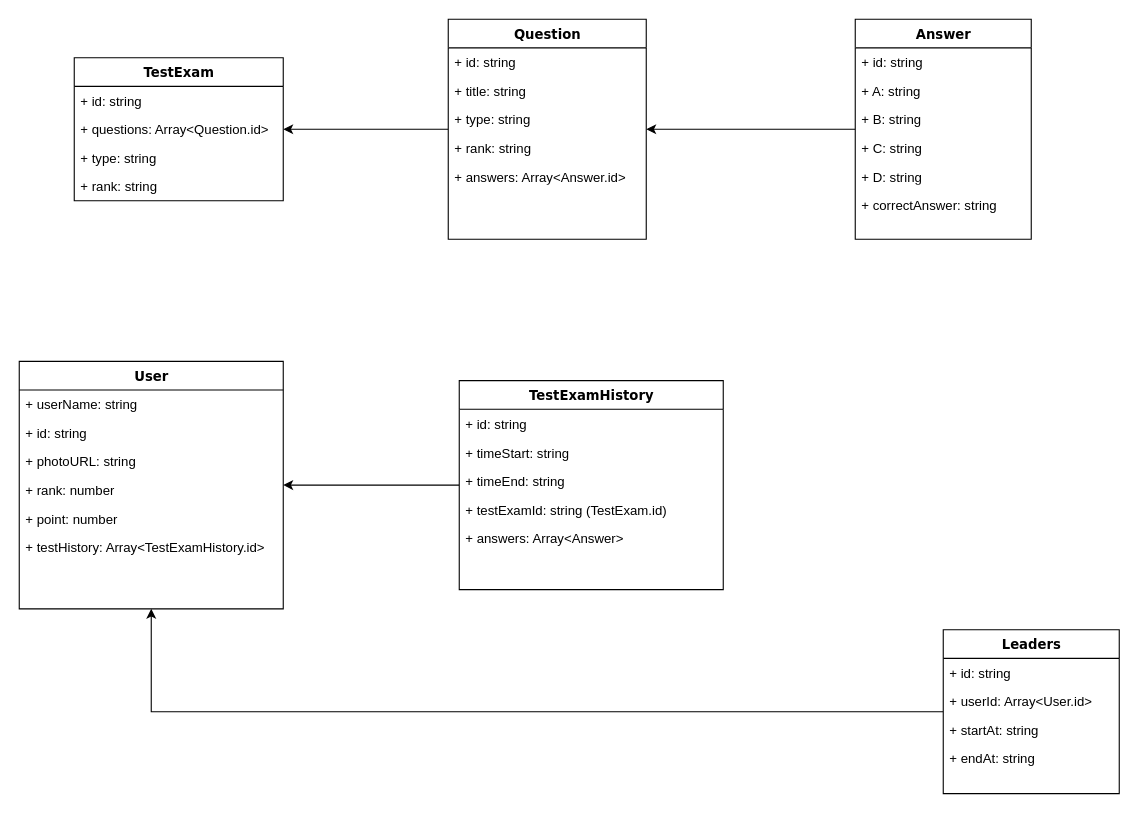
Before: Prototype/Untitled Diagram.drawio in nguyenbinhanltv/EnQ-server, a draw.io diagram. Source tidied: cells renumbered, new cells numbered last; positions are measured from the earlier drawing's top-left corner, leaving out a move shared by most shapes. Both pictures are drawn from the tidied source at 110%, with x=0, y=0 at pixel (19, 19).
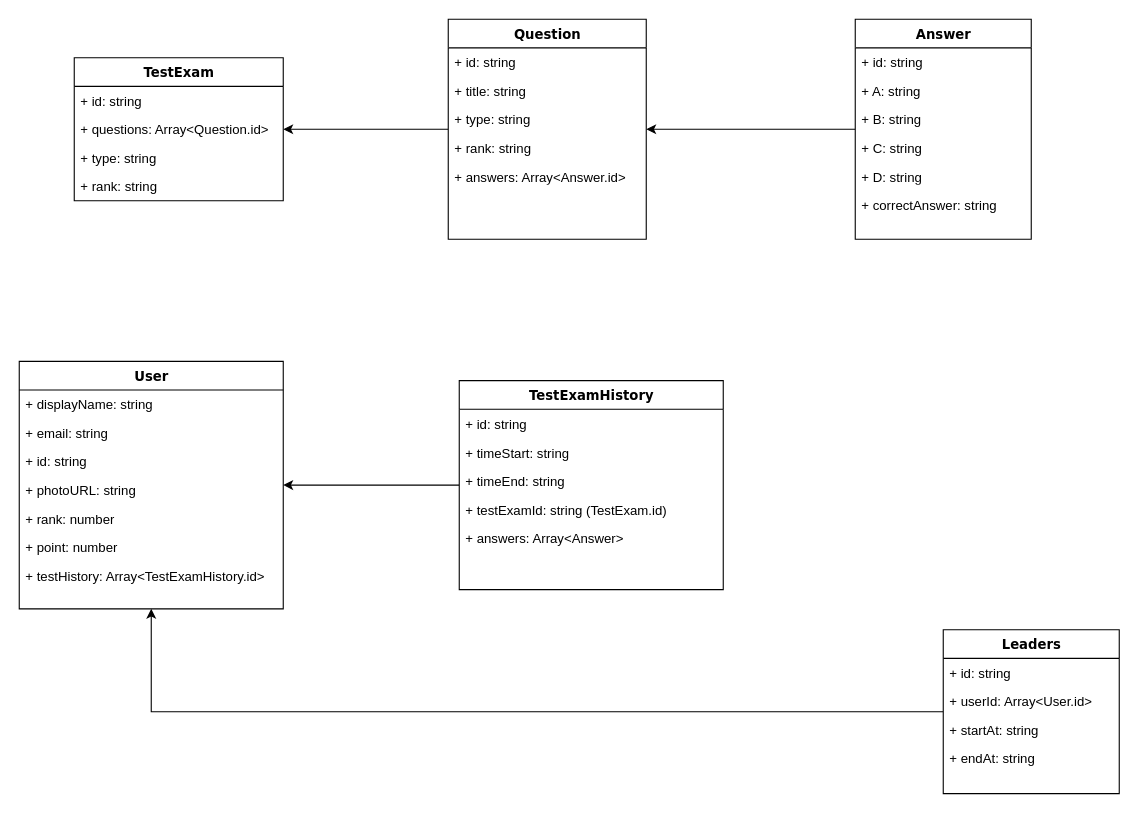
Above is the later version.

Unchanged cells that the change refers to:
```xml
<mxCell id="22" value="User" style="swimlane;html=1;fontStyle=1;align=center;verticalAlign=top;horizontal=1;startSize=26;swimlaneFillColor=#ffffff;rounded=0;shadow=0;comic=0;labelBackgroundColor=none;strokeWidth=1;fillColor=none;fontFamily=Verdana;fontSize=12;" parent="1" vertex="1">
  <mxGeometry y="311" width="240" height="225" as="geometry" />
</mxCell>
```

Diff of the diagram source:
```diff
@@
-    <mxCell id="23" value="+ userName: string" style="text;html=1;strokeColor=none;fillColor=none;align=left;verticalAlign=top;spacingLeft=4;spacingRight=4;whiteSpace=wrap;overflow=hidden;" parent="22" vertex="1">
+    <mxCell id="23" value="+ displayName: string" style="text;html=1;strokeColor=none;fillColor=none;align=left;verticalAlign=top;spacingLeft=4;spacingRight=4;whiteSpace=wrap;overflow=hidden;" parent="22" vertex="1">
       <mxGeometry y="26" width="240" height="26" as="geometry" />
     </mxCell>
+    <mxCell id="42" value="+ email: string" style="text;html=1;strokeColor=none;fillColor=none;align=left;verticalAlign=top;spacingLeft=4;spacingRight=4;whiteSpace=wrap;overflow=hidden;" parent="22" vertex="1">
+      <mxGeometry y="52" width="240" height="26" as="geometry" />
+    </mxCell>
     <mxCell id="24" value="+ id: string" style="text;html=1;strokeColor=none;fillColor=none;align=left;verticalAlign=top;spacingLeft=4;spacingRight=4;whiteSpace=wrap;overflow=hidden;" parent="22" vertex="1">
-      <mxGeometry y="52" width="240" height="26" as="geometry" />
+      <mxGeometry y="78" width="240" height="26" as="geometry" />
     </mxCell>
     <mxCell id="25" value="+ photoURL: string" style="text;html=1;strokeColor=none;fillColor=none;align=left;verticalAlign=top;spacingLeft=4;spacingRight=4;whiteSpace=wrap;overflow=hidden;" parent="22" vertex="1">
-      <mxGeometry y="78" width="240" height="26" as="geometry" />
+      <mxGeometry y="104" width="240" height="26" as="geometry" />
     </mxCell>
     <mxCell id="26" value="+ rank: number" style="text;html=1;strokeColor=none;fillColor=none;align=left;verticalAlign=top;spacingLeft=4;spacingRight=4;whiteSpace=wrap;overflow=hidden;" parent="22" vertex="1">
-      <mxGeometry y="104" width="240" height="26" as="geometry" />
+      <mxGeometry y="130" width="240" height="26" as="geometry" />
     </mxCell>
     <mxCell id="27" value="+ point: number" style="text;html=1;strokeColor=none;fillColor=none;align=left;verticalAlign=top;spacingLeft=4;spacingRight=4;whiteSpace=wrap;overflow=hidden;" parent="22" vertex="1">
-      <mxGeometry y="130" width="240" height="26" as="geometry" />
+      <mxGeometry y="156" width="240" height="26" as="geometry" />
     </mxCell>
     <mxCell id="28" value="+ testHistory: Array&amp;lt;TestExamHistory.id&amp;gt;" style="text;html=1;strokeColor=none;fillColor=none;align=left;verticalAlign=top;spacingLeft=4;spacingRight=4;whiteSpace=wrap;overflow=hidden;" parent="22" vertex="1">
-      <mxGeometry y="156" width="240" height="26" as="geometry" />
+      <mxGeometry y="182" width="240" height="26" as="geometry" />
     </mxCell>
```
